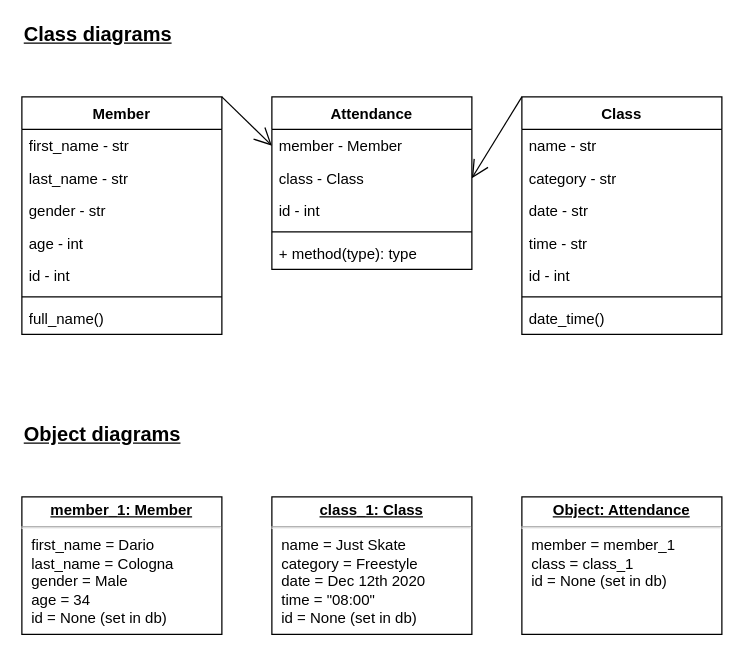
Before: planning/classes.drawio in Stanhoucke/gym_web_app, a draw.io diagram. Source tidied: cells renumbered, new cells numbered last; positions are measured from the earlier drawing's top-left corner, leaving out a move shared by most shapes. Both pictures are drawn from the tidied source at 125%, with x=0, y=0 at pixel (21, 21).
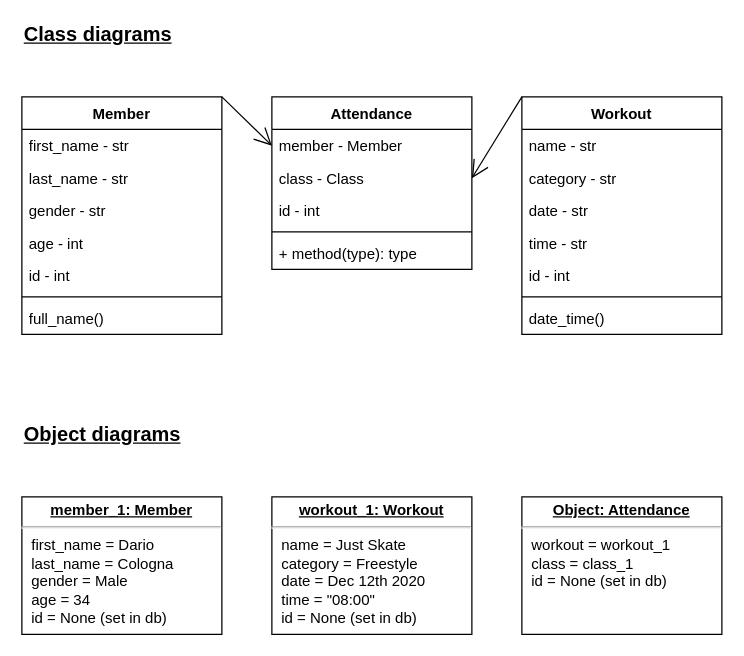
Above is the later version.

Commit message (it also covers changes not shown here):
changed Class class name to Workout in plan

Change to the diagram source:
```diff
@@
-    <mxCell id="10" value="Class" style="swimlane;fontStyle=1;align=center;verticalAlign=top;horizontal=1;startSize=26;" parent="1" vertex="1">
+    <mxCell id="10" value="Workout" style="swimlane;fontStyle=1;align=center;verticalAlign=top;horizontal=1;startSize=26;" parent="1" vertex="1">
       <mxGeometry x="400" y="60" width="160" height="190" as="geometry" />
     </mxCell>
@@
-    <mxCell id="29" value="&lt;p style=&quot;margin: 0px ; margin-top: 4px ; text-align: center ; text-decoration: underline&quot;&gt;&lt;b&gt;class_1: Class&lt;/b&gt;&lt;/p&gt;&lt;hr&gt;&lt;p style=&quot;margin: 0px ; margin-left: 8px&quot;&gt;name = Just Skate&lt;/p&gt;&lt;p style=&quot;margin: 0px ; margin-left: 8px&quot;&gt;category = Freestyle&lt;br&gt;date = Dec 12th 2020&lt;br&gt;time = &quot;08:00&quot;&lt;/p&gt;&lt;p style=&quot;margin: 0px ; margin-left: 8px&quot;&gt;id = None (set in db)&lt;/p&gt;" style="verticalAlign=top;align=left;overflow=fill;fontSize=12;fontFamily=Helvetica;html=1;" parent="1" vertex="1">
+    <mxCell id="29" value="&lt;p style=&quot;margin: 0px ; margin-top: 4px ; text-align: center ; text-decoration: underline&quot;&gt;&lt;b&gt;workout_1: Workout&lt;/b&gt;&lt;/p&gt;&lt;hr&gt;&lt;p style=&quot;margin: 0px ; margin-left: 8px&quot;&gt;name = Just Skate&lt;/p&gt;&lt;p style=&quot;margin: 0px ; margin-left: 8px&quot;&gt;category = Freestyle&lt;br&gt;date = Dec 12th 2020&lt;br&gt;time = &quot;08:00&quot;&lt;/p&gt;&lt;p style=&quot;margin: 0px ; margin-left: 8px&quot;&gt;id = None (set in db)&lt;/p&gt;" style="verticalAlign=top;align=left;overflow=fill;fontSize=12;fontFamily=Helvetica;html=1;" parent="1" vertex="1">
       <mxGeometry x="200" y="380" width="160" height="110" as="geometry" />
     </mxCell>
-    <mxCell id="30" value="&lt;p style=&quot;margin: 0px ; margin-top: 4px ; text-align: center ; text-decoration: underline&quot;&gt;&lt;b&gt;Object: Attendance&lt;/b&gt;&lt;/p&gt;&lt;hr&gt;&lt;p style=&quot;margin: 0px ; margin-left: 8px&quot;&gt;member = member_1&lt;br&gt;class = class_1&lt;/p&gt;&lt;p style=&quot;margin: 0px ; margin-left: 8px&quot;&gt;id = None (set in db)&lt;/p&gt;" style="verticalAlign=top;align=left;overflow=fill;fontSize=12;fontFamily=Helvetica;html=1;" parent="1" vertex="1">
+    <mxCell id="30" value="&lt;p style=&quot;margin: 0px ; margin-top: 4px ; text-align: center ; text-decoration: underline&quot;&gt;&lt;b&gt;Object: Attendance&lt;/b&gt;&lt;/p&gt;&lt;hr&gt;&lt;p style=&quot;margin: 0px ; margin-left: 8px&quot;&gt;workout = workout_1&lt;br&gt;class = class_1&lt;/p&gt;&lt;p style=&quot;margin: 0px ; margin-left: 8px&quot;&gt;id = None (set in db)&lt;/p&gt;" style="verticalAlign=top;align=left;overflow=fill;fontSize=12;fontFamily=Helvetica;html=1;" parent="1" vertex="1">
       <mxGeometry x="400" y="380" width="160" height="110" as="geometry" />
     </mxCell>
```
